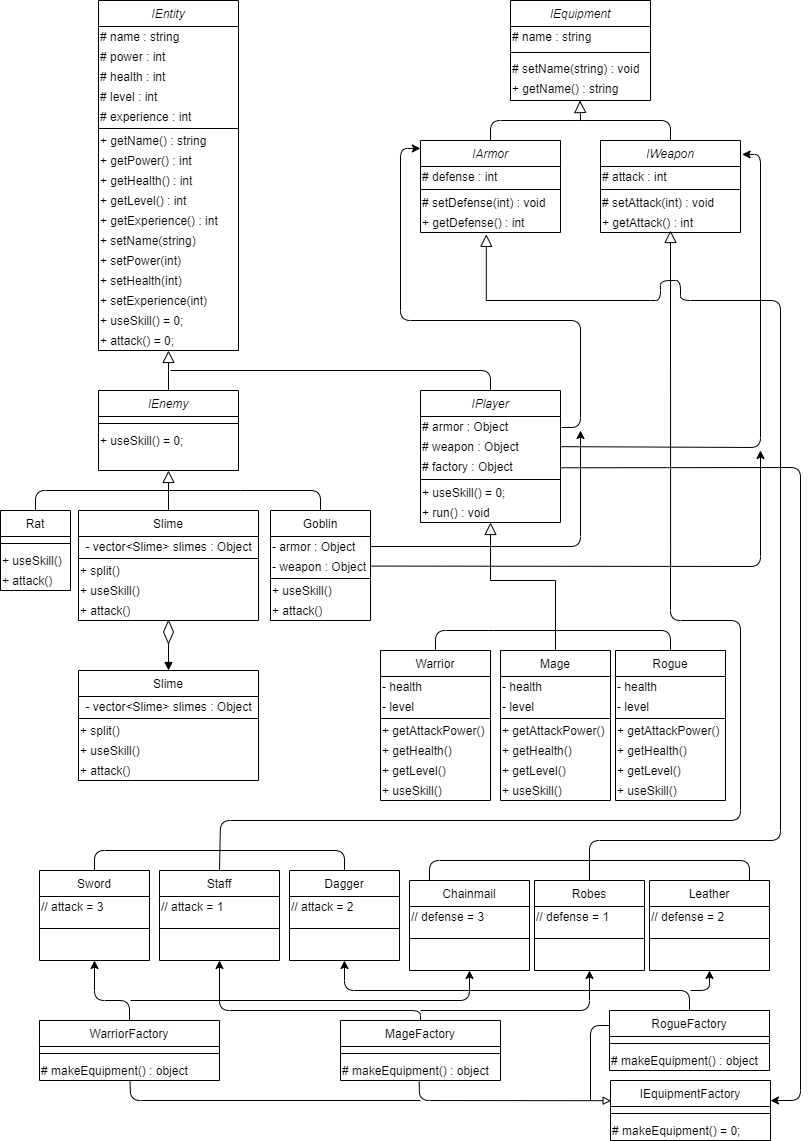
Before: CS100_OMT-Diagram.png, a diagram exported from draw.io (AditiB007/final-project-tdang018_abehe002_jnaje010). Source tidied: cells renumbered, new cells last; positions are measured from the earlier drawing's top-left corner, leaving out a move shared by most shapes.
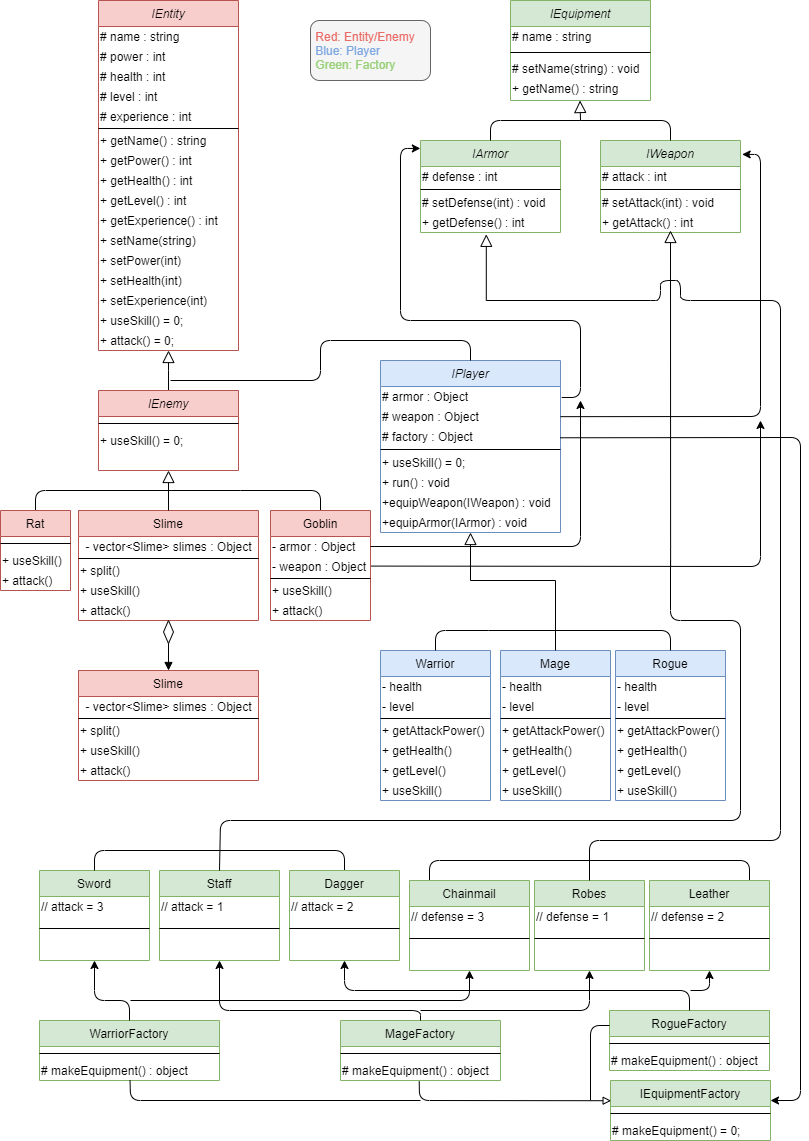
Later version of the same file.

Change to the diagram source:
```diff
@@ -4,3 +4,3 @@
     <mxCell id="1" parent="0" />
-    <mxCell id="2" value="IEntity" style="swimlane;fontStyle=2;align=center;verticalAlign=top;horizontal=1;startSize=26;rounded=0;shadow=0;strokeWidth=1;" parent="1" vertex="1">
+    <mxCell id="2" value="IEntity" style="swimlane;fontStyle=2;align=center;verticalAlign=top;horizontal=1;startSize=26;rounded=0;shadow=0;strokeWidth=1;fillColor=#f8cecc;strokeColor=#b85450;" parent="1" vertex="1">
       <mxGeometry x="98" width="140" height="350" as="geometry" />
@@ -61,3 +61,3 @@
     </mxCell>
-    <mxCell id="21" value="IEquipment" style="swimlane;fontStyle=2;align=center;verticalAlign=top;horizontal=1;startSize=26;rounded=0;shadow=0;strokeWidth=1;" parent="1" vertex="1">
+    <mxCell id="21" value="IEquipment" style="swimlane;fontStyle=2;align=center;verticalAlign=top;horizontal=1;startSize=26;rounded=0;shadow=0;strokeWidth=1;fillColor=#d5e8d4;strokeColor=#82b366;" parent="1" vertex="1">
       <mxGeometry x="510" width="140" height="100" as="geometry" />
@@ -76,24 +76,30 @@
     </mxCell>
-    <mxCell id="26" value="IPlayer" style="swimlane;fontStyle=2;align=center;verticalAlign=top;horizontal=1;startSize=26;rounded=0;shadow=0;strokeWidth=1;" parent="1" vertex="1">
-      <mxGeometry x="420" y="390" width="140" height="132" as="geometry" />
+    <mxCell id="26" value="IPlayer" style="swimlane;fontStyle=2;align=center;verticalAlign=top;horizontal=1;startSize=26;rounded=0;shadow=0;strokeWidth=1;fillColor=#dae8fc;strokeColor=#6c8ebf;" parent="1" vertex="1">
+      <mxGeometry x="380" y="360" width="180" height="172" as="geometry" />
     </mxCell>
     <mxCell id="27" value="&lt;span&gt;# armor : Object&lt;/span&gt;&lt;span&gt;&lt;br&gt;&lt;/span&gt;" style="text;html=1;align=left;verticalAlign=middle;points=[];strokeColor=none;" parent="26" vertex="1">
-      <mxGeometry y="26" width="140" height="20" as="geometry" />
+      <mxGeometry y="26" width="180" height="20" as="geometry" />
     </mxCell>
     <mxCell id="28" value="# weapon : Object" style="text;html=1;align=left;verticalAlign=middle;points=[];strokeColor=none;" parent="26" vertex="1">
-      <mxGeometry y="46" width="140" height="20" as="geometry" />
+      <mxGeometry y="46" width="180" height="20" as="geometry" />
     </mxCell>
     <mxCell id="29" value="# factory : Object" style="text;html=1;align=left;verticalAlign=middle;points=[];strokeColor=none;" parent="26" vertex="1">
-      <mxGeometry y="66" width="140" height="20" as="geometry" />
+      <mxGeometry y="66" width="180" height="20" as="geometry" />
     </mxCell>
     <mxCell id="30" style="line;html=1;strokeWidth=1;align=left;verticalAlign=middle;spacingTop=-1;spacingLeft=3;spacingRight=3;labelPosition=right;" parent="26" vertex="1">
-      <mxGeometry y="86" width="140" height="6" as="geometry" />
+      <mxGeometry y="86" width="180" height="6" as="geometry" />
     </mxCell>
     <mxCell id="31" value="&lt;span&gt;+ useSkill() = 0;&lt;/span&gt;" style="text;html=1;align=left;verticalAlign=middle;strokeColor=none;" parent="26" vertex="1">
-      <mxGeometry y="92" width="140" height="20" as="geometry" />
+      <mxGeometry y="92" width="180" height="20" as="geometry" />
     </mxCell>
     <mxCell id="32" value="+ run() : void" style="text;html=1;align=left;verticalAlign=middle;strokeColor=none;" parent="26" vertex="1">
-      <mxGeometry y="112" width="140" height="20" as="geometry" />
+      <mxGeometry y="112" width="180" height="20" as="geometry" />
     </mxCell>
+    <mxCell id="159" value="+equipWeapon(IWeapon) : void" style="text;html=1;align=left;verticalAlign=middle;strokeColor=none;" parent="26" vertex="1">
+      <mxGeometry y="132" width="180" height="20" as="geometry" />
+    </mxCell>
+    <mxCell id="160" value="+equipArmor(IArmor) : void" style="text;html=1;align=left;verticalAlign=middle;strokeColor=none;" parent="26" vertex="1">
+      <mxGeometry y="152" width="180" height="20" as="geometry" />
+    </mxCell>
-    <mxCell id="33" value="IEnemy" style="swimlane;fontStyle=2;align=center;verticalAlign=top;horizontal=1;startSize=26;rounded=0;shadow=0;strokeWidth=1;" parent="1" vertex="1">
+    <mxCell id="33" value="IEnemy" style="swimlane;fontStyle=2;align=center;verticalAlign=top;horizontal=1;startSize=26;rounded=0;shadow=0;strokeWidth=1;fillColor=#f8cecc;strokeColor=#b85450;" parent="1" vertex="1">
       <mxGeometry x="98" y="390" width="140" height="80" as="geometry" />
@@ -109,3 +115,3 @@
     </mxCell>
-    <mxCell id="37" value="Warrior" style="swimlane;fontStyle=0;align=center;verticalAlign=top;horizontal=1;startSize=26;rounded=0;shadow=0;strokeWidth=1;" parent="1" vertex="1">
+    <mxCell id="37" value="Warrior" style="swimlane;fontStyle=0;align=center;verticalAlign=top;horizontal=1;startSize=26;rounded=0;shadow=0;strokeWidth=1;fillColor=#dae8fc;strokeColor=#6c8ebf;" parent="1" vertex="1">
       <mxGeometry x="380" y="650" width="110" height="150" as="geometry" />
@@ -133,3 +139,3 @@
     </mxCell>
-    <mxCell id="45" value="Mage" style="swimlane;fontStyle=0;align=center;verticalAlign=top;horizontal=1;startSize=26;rounded=0;shadow=0;strokeWidth=1;" parent="1" vertex="1">
+    <mxCell id="45" value="Mage" style="swimlane;fontStyle=0;align=center;verticalAlign=top;horizontal=1;startSize=26;rounded=0;shadow=0;strokeWidth=1;fillColor=#dae8fc;strokeColor=#6c8ebf;" parent="1" vertex="1">
       <mxGeometry x="500" y="650" width="110" height="150" as="geometry" />
@@ -157,3 +163,3 @@
     </mxCell>
-    <mxCell id="53" value="Rogue" style="swimlane;fontStyle=0;align=center;verticalAlign=top;horizontal=1;startSize=26;rounded=0;shadow=0;strokeWidth=1;" parent="1" vertex="1">
+    <mxCell id="53" value="Rogue" style="swimlane;fontStyle=0;align=center;verticalAlign=top;horizontal=1;startSize=26;rounded=0;shadow=0;strokeWidth=1;fillColor=#dae8fc;strokeColor=#6c8ebf;" parent="1" vertex="1">
       <mxGeometry x="615" y="650" width="110" height="150" as="geometry" />
@@ -188,3 +194,3 @@
     </mxCell>
-    <mxCell id="62" value="Slime" style="swimlane;fontStyle=0;align=center;verticalAlign=top;horizontal=1;startSize=26;rounded=0;shadow=0;strokeWidth=1;" parent="1" vertex="1">
+    <mxCell id="62" value="Slime" style="swimlane;fontStyle=0;align=center;verticalAlign=top;horizontal=1;startSize=26;rounded=0;shadow=0;strokeWidth=1;fillColor=#f8cecc;strokeColor=#b85450;" parent="1" vertex="1">
       <mxGeometry x="78" y="510" width="180" height="110" as="geometry" />
@@ -243,5 +249,7 @@
       <mxGeometry relative="1" as="geometry">
-        <mxPoint x="170" y="370" as="targetPoint" />
+        <mxPoint x="170" y="380" as="targetPoint" />
         <Array as="points">
-          <mxPoint x="490" y="370" />
+          <mxPoint x="470" y="340" />
+          <mxPoint x="320" y="340" />
+          <mxPoint x="320" y="380" />
         </Array>
@@ -249,3 +257,3 @@
     </mxCell>
-    <mxCell id="74" value="IArmor" style="swimlane;fontStyle=2;align=center;verticalAlign=top;horizontal=1;startSize=26;rounded=0;shadow=0;strokeWidth=1;" parent="1" vertex="1">
+    <mxCell id="74" value="IArmor" style="swimlane;fontStyle=2;align=center;verticalAlign=top;horizontal=1;startSize=26;rounded=0;shadow=0;strokeWidth=1;fillColor=#d5e8d4;strokeColor=#82b366;" parent="1" vertex="1">
       <mxGeometry x="420" y="140" width="140" height="92" as="geometry" />
@@ -264,3 +272,3 @@
     </mxCell>
-    <mxCell id="79" value="IWeapon" style="swimlane;fontStyle=2;align=center;verticalAlign=top;horizontal=1;startSize=26;rounded=0;shadow=0;strokeWidth=1;" parent="1" vertex="1">
+    <mxCell id="79" value="IWeapon" style="swimlane;fontStyle=2;align=center;verticalAlign=top;horizontal=1;startSize=26;rounded=0;shadow=0;strokeWidth=1;fillColor=#d5e8d4;strokeColor=#82b366;" parent="1" vertex="1">
       <mxGeometry x="600" y="140" width="140" height="92" as="geometry" />
@@ -309,3 +317,3 @@
         <Array as="points">
-          <mxPoint x="580" y="427" />
+          <mxPoint x="580" y="397" />
           <mxPoint x="580" y="320" />
@@ -319,3 +327,3 @@
         <Array as="points">
-          <mxPoint x="760" y="447" />
+          <mxPoint x="760" y="416" />
           <mxPoint x="760" y="154" />
@@ -324,3 +332,3 @@
     </mxCell>
-    <mxCell id="89" value="Goblin" style="swimlane;fontStyle=0;align=center;verticalAlign=top;horizontal=1;startSize=26;rounded=0;shadow=0;strokeWidth=1;" parent="1" vertex="1">
+    <mxCell id="89" value="Goblin" style="swimlane;fontStyle=0;align=center;verticalAlign=top;horizontal=1;startSize=26;rounded=0;shadow=0;strokeWidth=1;fillColor=#f8cecc;strokeColor=#b85450;" parent="1" vertex="1">
       <mxGeometry x="270" y="510" width="100" height="110" as="geometry" />
@@ -342,3 +350,3 @@
     </mxCell>
-    <mxCell id="95" value="Rat" style="swimlane;fontStyle=0;align=center;verticalAlign=top;horizontal=1;startSize=26;rounded=0;shadow=0;strokeWidth=1;" parent="1" vertex="1">
+    <mxCell id="95" value="Rat" style="swimlane;fontStyle=0;align=center;verticalAlign=top;horizontal=1;startSize=26;rounded=0;shadow=0;strokeWidth=1;fillColor=#f8cecc;strokeColor=#b85450;" parent="1" vertex="1">
       <mxGeometry y="510" width="70" height="80" as="geometry" />
@@ -363,3 +371,3 @@
     </mxCell>
-    <mxCell id="102" value="Slime" style="swimlane;fontStyle=0;align=center;verticalAlign=top;horizontal=1;startSize=26;rounded=0;shadow=0;strokeWidth=1;" parent="1" vertex="1">
+    <mxCell id="102" value="Slime" style="swimlane;fontStyle=0;align=center;verticalAlign=top;horizontal=1;startSize=26;rounded=0;shadow=0;strokeWidth=1;fillColor=#f8cecc;strokeColor=#b85450;" parent="1" vertex="1">
       <mxGeometry x="78" y="670" width="180" height="110" as="geometry" />
@@ -390,3 +398,3 @@
     </mxCell>
-    <mxCell id="109" value="Sword" style="swimlane;fontStyle=0;align=center;verticalAlign=top;horizontal=1;startSize=26;rounded=0;shadow=0;strokeWidth=1;" parent="1" vertex="1">
+    <mxCell id="109" value="Sword" style="swimlane;fontStyle=0;align=center;verticalAlign=top;horizontal=1;startSize=26;rounded=0;shadow=0;strokeWidth=1;fillColor=#d5e8d4;strokeColor=#82b366;" parent="1" vertex="1">
       <mxGeometry x="39" y="870" width="110" height="90" as="geometry" />
@@ -433,3 +441,3 @@
     </mxCell>
-    <mxCell id="116" value="Staff" style="swimlane;fontStyle=0;align=center;verticalAlign=top;horizontal=1;startSize=26;rounded=0;shadow=0;strokeWidth=1;" parent="1" vertex="1">
+    <mxCell id="116" value="Staff" style="swimlane;fontStyle=0;align=center;verticalAlign=top;horizontal=1;startSize=26;rounded=0;shadow=0;strokeWidth=1;fillColor=#d5e8d4;strokeColor=#82b366;" parent="1" vertex="1">
       <mxGeometry x="159" y="870" width="120" height="90" as="geometry" />
@@ -442,3 +450,3 @@
     </mxCell>
-    <mxCell id="119" value="Dagger" style="swimlane;fontStyle=0;align=center;verticalAlign=top;horizontal=1;startSize=26;rounded=0;shadow=0;strokeWidth=1;" parent="1" vertex="1">
+    <mxCell id="119" value="Dagger" style="swimlane;fontStyle=0;align=center;verticalAlign=top;horizontal=1;startSize=26;rounded=0;shadow=0;strokeWidth=1;fillColor=#d5e8d4;strokeColor=#82b366;" parent="1" vertex="1">
       <mxGeometry x="289" y="870" width="110" height="90" as="geometry" />
@@ -451,3 +459,3 @@
     </mxCell>
-    <mxCell id="122" value="Chainmail" style="swimlane;fontStyle=0;align=center;verticalAlign=top;horizontal=1;startSize=26;rounded=0;shadow=0;strokeWidth=1;" parent="1" vertex="1">
+    <mxCell id="122" value="Chainmail" style="swimlane;fontStyle=0;align=center;verticalAlign=top;horizontal=1;startSize=26;rounded=0;shadow=0;strokeWidth=1;fillColor=#d5e8d4;strokeColor=#82b366;" parent="1" vertex="1">
       <mxGeometry x="409" y="880" width="120" height="90" as="geometry" />
@@ -460,3 +468,3 @@
     </mxCell>
-    <mxCell id="125" value="Robes" style="swimlane;fontStyle=0;align=center;verticalAlign=top;horizontal=1;startSize=26;rounded=0;shadow=0;strokeWidth=1;" parent="1" vertex="1">
+    <mxCell id="125" value="Robes" style="swimlane;fontStyle=0;align=center;verticalAlign=top;horizontal=1;startSize=26;rounded=0;shadow=0;strokeWidth=1;fillColor=#d5e8d4;strokeColor=#82b366;" parent="1" vertex="1">
       <mxGeometry x="534" y="880" width="110" height="90" as="geometry" />
@@ -469,3 +477,3 @@
     </mxCell>
-    <mxCell id="128" value="Leather" style="swimlane;fontStyle=0;align=center;verticalAlign=top;horizontal=1;startSize=26;rounded=0;shadow=0;strokeWidth=1;" parent="1" vertex="1">
+    <mxCell id="128" value="Leather" style="swimlane;fontStyle=0;align=center;verticalAlign=top;horizontal=1;startSize=26;rounded=0;shadow=0;strokeWidth=1;fillColor=#d5e8d4;strokeColor=#82b366;" parent="1" vertex="1">
       <mxGeometry x="649" y="880" width="120" height="90" as="geometry" />
@@ -481,3 +489,3 @@
         <mxPoint x="370" y="546" as="sourcePoint" />
-        <mxPoint x="580" y="430" as="targetPoint" />
+        <mxPoint x="580" y="400" as="targetPoint" />
         <Array as="points">
@@ -489,3 +497,3 @@
       <mxGeometry relative="1" as="geometry">
-        <mxPoint x="760" y="450" as="targetPoint" />
+        <mxPoint x="760" y="420" as="targetPoint" />
         <Array as="points">
@@ -528,3 +536,3 @@
     </mxCell>
-    <mxCell id="136" value="WarriorFactory" style="swimlane;fontStyle=0;align=center;verticalAlign=top;horizontal=1;startSize=26;rounded=0;shadow=0;strokeWidth=1;" parent="1" vertex="1">
+    <mxCell id="136" value="WarriorFactory" style="swimlane;fontStyle=0;align=center;verticalAlign=top;horizontal=1;startSize=26;rounded=0;shadow=0;strokeWidth=1;fillColor=#d5e8d4;strokeColor=#82b366;" parent="1" vertex="1">
       <mxGeometry x="39" y="1020" width="180" height="60" as="geometry" />
@@ -537,3 +545,3 @@
     </mxCell>
-    <mxCell id="139" value="MageFactory" style="swimlane;fontStyle=0;align=center;verticalAlign=top;horizontal=1;startSize=26;rounded=0;shadow=0;strokeWidth=1;" parent="1" vertex="1">
+    <mxCell id="139" value="MageFactory" style="swimlane;fontStyle=0;align=center;verticalAlign=top;horizontal=1;startSize=26;rounded=0;shadow=0;strokeWidth=1;fillColor=#d5e8d4;strokeColor=#82b366;" parent="1" vertex="1">
       <mxGeometry x="340" y="1020" width="160" height="60" as="geometry" />
@@ -579,3 +587,3 @@
     </mxCell>
-    <mxCell id="146" value="RogueFactory" style="swimlane;fontStyle=0;align=center;verticalAlign=top;horizontal=1;startSize=26;rounded=0;shadow=0;strokeWidth=1;" parent="1" vertex="1">
+    <mxCell id="146" value="RogueFactory" style="swimlane;fontStyle=0;align=center;verticalAlign=top;horizontal=1;startSize=26;rounded=0;shadow=0;strokeWidth=1;fillColor=#d5e8d4;strokeColor=#82b366;" parent="1" vertex="1">
       <mxGeometry x="609" y="1010" width="160" height="60" as="geometry" />
@@ -604,3 +612,3 @@
     </mxCell>
-    <mxCell id="151" value="IEquipmentFactory" style="swimlane;fontStyle=0;align=center;verticalAlign=top;horizontal=1;startSize=26;rounded=0;shadow=0;strokeWidth=1;" parent="1" vertex="1">
+    <mxCell id="151" value="IEquipmentFactory" style="swimlane;fontStyle=0;align=center;verticalAlign=top;horizontal=1;startSize=26;rounded=0;shadow=0;strokeWidth=1;fillColor=#d5e8d4;strokeColor=#82b366;" parent="1" vertex="1">
       <mxGeometry x="610" y="1080" width="160" height="60" as="geometry" />
@@ -643,3 +651,3 @@
         <Array as="points">
-          <mxPoint x="800" y="467" />
+          <mxPoint x="800" y="437" />
           <mxPoint x="800" y="1100" />
@@ -648,2 +656,5 @@
     </mxCell>
+    <mxCell id="161" value="&lt;font color=&quot;#ea6b66&quot;&gt;&amp;nbsp;Red: Entity/Enemy&lt;br&gt;&lt;/font&gt;&lt;font color=&quot;#7ea6e0&quot;&gt;&amp;nbsp;Blue: Player&lt;br&gt;&lt;/font&gt;&lt;font color=&quot;#97d077&quot;&gt;&amp;nbsp;Green: Factory&lt;/font&gt;" style="rounded=1;whiteSpace=wrap;html=1;align=left;fillColor=#f5f5f5;strokeColor=#666666;fontColor=#333333;" parent="1" vertex="1">
+      <mxGeometry x="310" y="20" width="120" height="60" as="geometry" />
+    </mxCell>
   </root>
```
